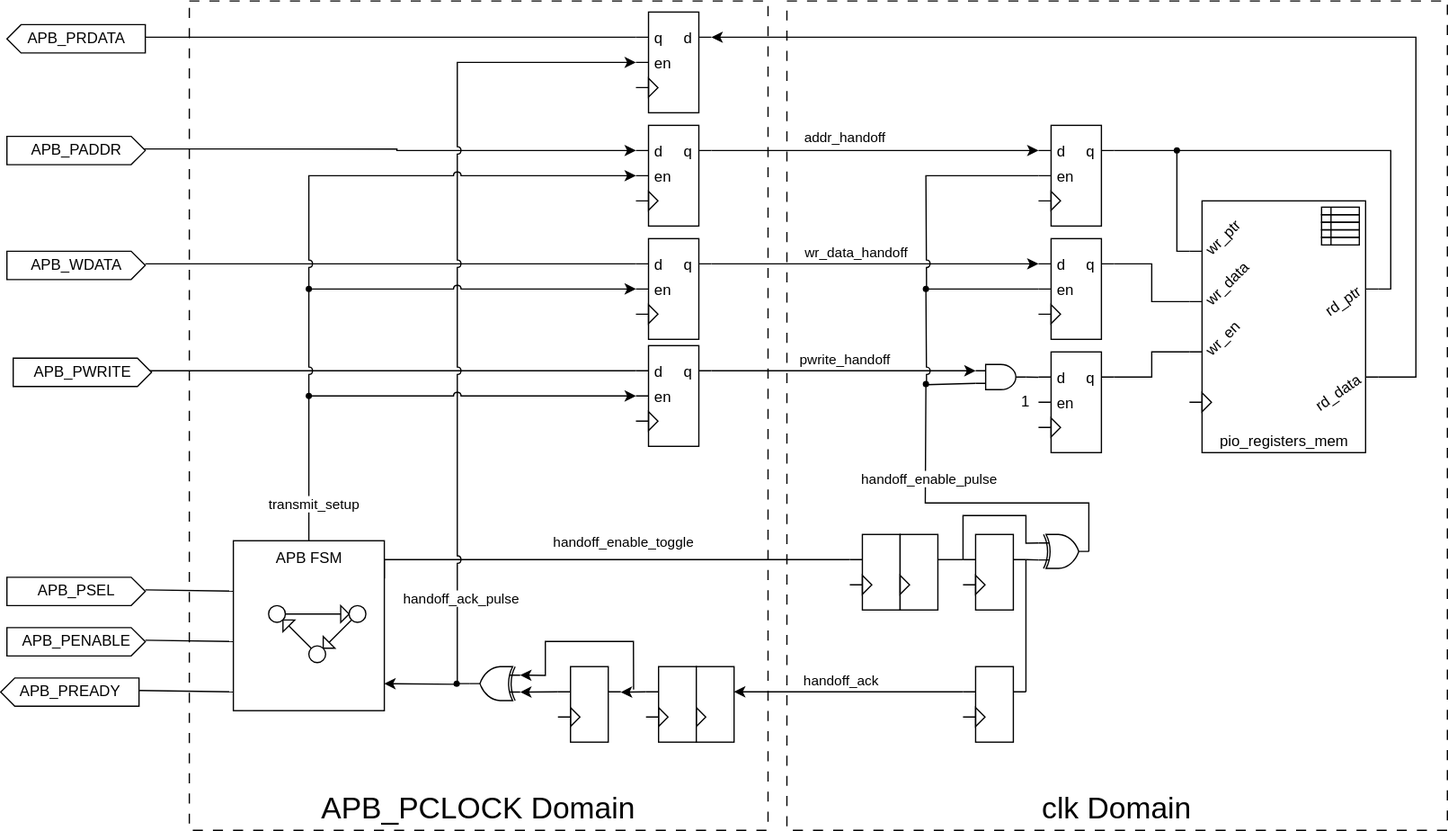
Before: PIO_proxy/pio_proxy.drawio.svg, a diagram exported from draw.io (CodyTinker/RTLExercises). Source tidied: cells renumbered, new cells last; positions are measured from the earlier drawing's top-left corner, leaving out a move shared by most shapes.
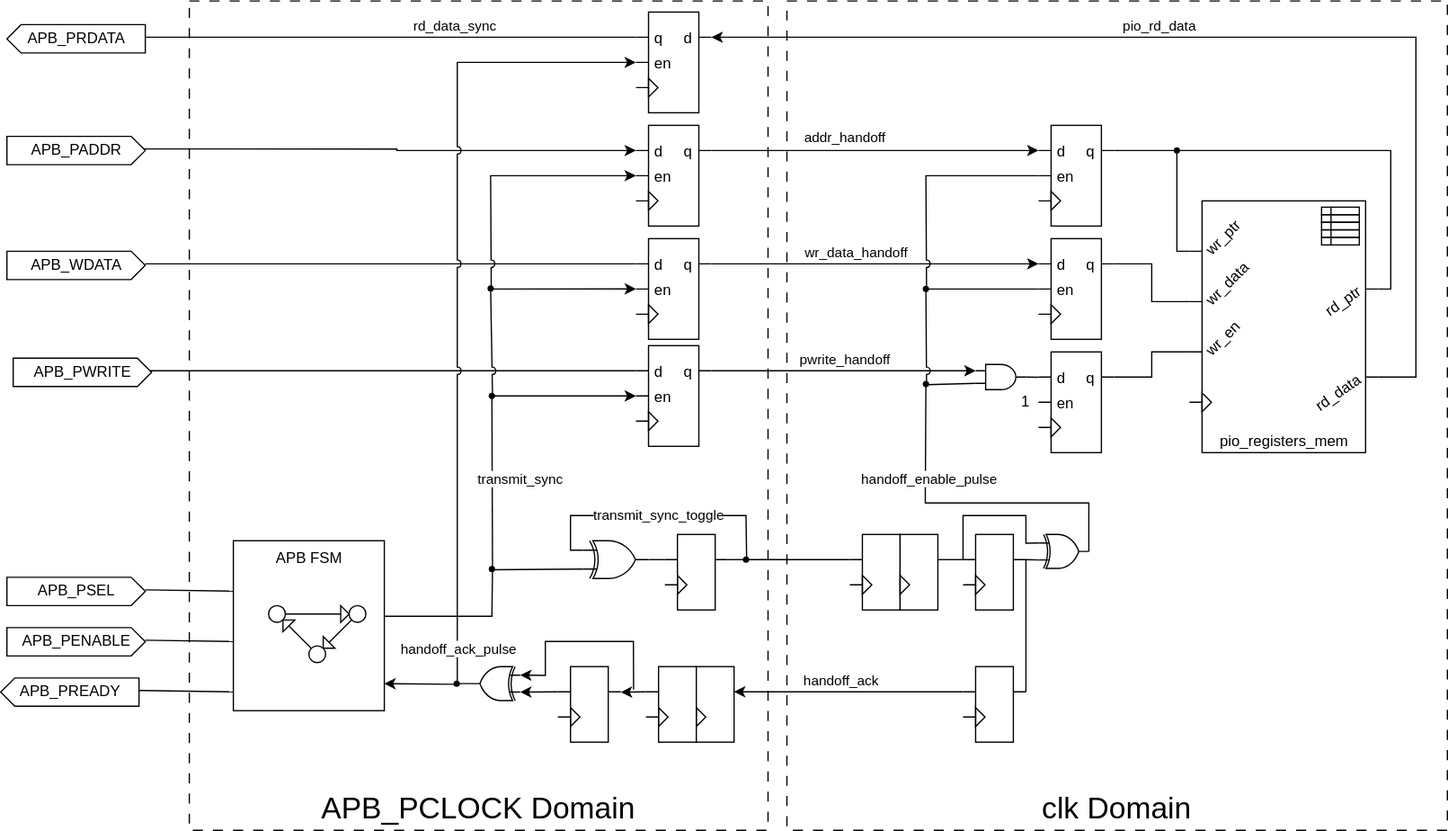
Above is the later version.

Commit message:
Updated block diagram and state machine for APB side of PIO_Proxy exercise. Adding code for APB side of PIO_Proxy exercise

Change to the diagram source:
```diff
@@ -16,6 +16,11 @@
         </Array>
       </mxGeometry>
     </mxCell>
+    <mxCell id="85" value="pio_rd_data" style="edgeLabel;html=1;align=center;verticalAlign=middle;" parent="4" vertex="1">
+      <mxGeometry x="0.21" y="-1" relative="1" as="geometry">
+        <mxPoint x="14" y="-9" as="offset" />
+      </mxGeometry>
+    </mxCell>
     <mxCell id="5" value="pio_registers_mem" style="externalPins=1;shadow=0;dashed=0;align=center;html=1;strokeWidth=1;shape=mxgraph.rtl.abstract.entity;kind=sequential;drawPins=1;left=wr_ptr%2Cwr_data%2Cwr_en%2C%20%3Aclk;right=rd_ptr%2C%20rd_data;bottom=0;top=0;pinSnap=10;type=ram;type_loc=topRight;leftArr=wr_ptr%2C%20wr_en;rightRot=145;direction=east;topRot=0;leftRot=315;portConstraint=none;labelPadding=0;overflow=visible;pinFontSize=12;strokeOpacity=100;portConstraintRotation=0;perimeter=rectanglePerimeter;fixDash=0;verticalAlign=bottom;horizontal=1;labelBorderColor=none;labelBackgroundColor=none;fontColor=default;fontStyle=0;" parent="1" vertex="1">
       <mxGeometry x="955" y="159" width="130" height="200" as="geometry" />
     </mxCell>
@@ -167,26 +172,14 @@
     <mxCell id="40" value="1" style="text;strokeColor=none;align=center;fillColor=none;html=1;verticalAlign=middle;whiteSpace=wrap;rounded=0;" parent="1" vertex="1">
       <mxGeometry x="805" y="306.5" width="20" height="25" as="geometry" />
     </mxCell>
-    <mxCell id="41" style="edgeStyle=orthogonalEdgeStyle;rounded=0;comic=0;jumpStyle=arc;html=1;exitX=0;exitY=0;exitDx=120;exitDy=30;exitPerimeter=0;entryX=0;entryY=0;entryDx=-10;entryDy=20;entryPerimeter=0;startArrow=none;startFill=0;endArrow=none;endFill=0;" parent="1" edge="1" source="45" target="17">
-      <mxGeometry relative="1" as="geometry">
-        <Array as="points">
-          <mxPoint x="305" y="444" />
-        </Array>
-      </mxGeometry>
-    </mxCell>
-    <mxCell id="42" value="handoff_enable_toggle" style="edgeLabel;html=1;align=center;verticalAlign=middle;" parent="41" vertex="1">
-      <mxGeometry x="-0.08" y="4" relative="1" as="geometry">
-        <mxPoint x="28" y="-11" as="offset" />
-      </mxGeometry>
-    </mxCell>
-    <mxCell id="43" style="edgeStyle=orthogonalEdgeStyle;rounded=0;comic=0;jumpStyle=arc;html=1;entryX=0;entryY=0;entryDx=0;entryDy=0;startArrow=none;startFill=0;endArrow=none;endFill=0;" parent="1" edge="1" source="45" target="75">
+    <mxCell id="43" style="edgeStyle=orthogonalEdgeStyle;rounded=0;comic=0;jumpStyle=arc;html=1;entryX=0;entryY=0;entryDx=0;entryDy=0;startArrow=none;startFill=0;endArrow=none;endFill=0;" parent="1" edge="1" source="93" target="75">
       <mxGeometry relative="1" as="geometry" />
     </mxCell>
-    <mxCell id="44" value="transmit_setup" style="edgeLabel;html=1;align=center;verticalAlign=middle;" parent="43" vertex="1">
-      <mxGeometry x="-0.12" y="-2" relative="1" as="geometry">
-        <mxPoint x="1" y="20" as="offset" />
-      </mxGeometry>
-    </mxCell>
+    <mxCell id="86" value="transmit_sync" style="edgeLabel;html=1;align=center;verticalAlign=middle;" parent="43" vertex="1">
+      <mxGeometry x="0.22" y="1" relative="1" as="geometry">
+        <mxPoint x="23" y="11" as="offset" />
+      </mxGeometry>
+    </mxCell>
     <mxCell id="45" value="APB FSM" style="externalPins=0;shadow=0;dashed=0;align=center;html=1;strokeWidth=1;shape=mxgraph.rtl.abstract.entity;kind=sequential;drawPins=0;left=3;right=3;bottom=0;top=0;type_loc=center;type=fsm;type_size=80;pinSnap=10;verticalAlign=top;gradientColor=none;" parent="1" vertex="1">
       <mxGeometry x="185" y="429" width="120" height="135" as="geometry" />
     </mxCell>
@@ -231,12 +224,17 @@
     </mxCell>
     <mxCell id="59" value="handoff_ack_pulse" style="edgeLabel;html=1;align=center;verticalAlign=middle;" parent="58" vertex="1">
       <mxGeometry x="0.73" y="2" relative="1" as="geometry">
-        <mxPoint y="9" as="offset" />
+        <mxPoint x="-2" y="49" as="offset" />
       </mxGeometry>
     </mxCell>
     <mxCell id="60" style="edgeStyle=orthogonalEdgeStyle;rounded=0;comic=0;jumpStyle=arc;html=1;exitX=0;exitY=0;exitDx=-10;exitDy=20;exitPerimeter=0;startArrow=none;startFill=0;endArrow=none;endFill=0;entryX=0;entryY=0;entryDx=110;entryDy=10;entryPerimeter=0;" parent="1" edge="1" source="61" target="70">
       <mxGeometry relative="1" as="geometry" />
     </mxCell>
+    <mxCell id="87" value="rd_data_sync" style="edgeLabel;html=1;align=center;verticalAlign=middle;" parent="60" vertex="1">
+      <mxGeometry x="-0.19" y="-2" relative="1" as="geometry">
+        <mxPoint x="13" y="-8" as="offset" />
+      </mxGeometry>
+    </mxCell>
     <mxCell id="61" style="externalPins=1;shadow=0;dashed=0;align=center;html=1;strokeWidth=1;shape=mxgraph.rtl.abstract.entity;left=q%2Cen%2C%3Aclk;right=d%2C%3Anp%2C%3Anp;top=0;bottom=0;drawPins=1;snapToPoint=1;labelBackgroundColor=none;labelBorderColor=none;fontColor=default;" parent="1" vertex="1">
       <mxGeometry x="515" y="9" width="40" height="80" as="geometry" />
     </mxCell>
@@ -282,13 +280,21 @@
       <mxGeometry x="360" y="540" width="5" height="5" as="geometry" />
     </mxCell>
     <mxCell id="73" style="edgeStyle=orthogonalEdgeStyle;rounded=0;comic=0;jumpStyle=arc;html=1;entryX=0;entryY=0;entryDx=-10;entryDy=40;entryPerimeter=0;startArrow=none;startFill=0;endArrow=classic;endFill=1;" parent="1" edge="1" source="75" target="37">
-      <mxGeometry relative="1" as="geometry" />
+      <mxGeometry relative="1" as="geometry">
+        <Array as="points">
+          <mxPoint x="454" y="314" />
+        </Array>
+      </mxGeometry>
     </mxCell>
     <mxCell id="74" style="edgeStyle=orthogonalEdgeStyle;rounded=0;comic=0;jumpStyle=arc;html=1;entryX=0;entryY=0;entryDx=0;entryDy=0;startArrow=none;startFill=0;endArrow=none;endFill=0;" parent="1" edge="1" source="75" target="78">
-      <mxGeometry relative="1" as="geometry" />
+      <mxGeometry relative="1" as="geometry">
+        <Array as="points">
+          <mxPoint x="391" y="229" />
+        </Array>
+      </mxGeometry>
     </mxCell>
     <mxCell id="75" style="externalPins=0;ellipse;whiteSpace=wrap;html=1;fillColor=#000000;strokeColor=none;noLabel=1;snapToPoint=1;perimeter=none;" parent="1" vertex="1">
-      <mxGeometry x="242.5" y="311.5" width="5" height="5" as="geometry" />
+      <mxGeometry x="388" y="311.5" width="5" height="5" as="geometry" />
     </mxCell>
     <mxCell id="76" style="edgeStyle=orthogonalEdgeStyle;rounded=0;comic=0;jumpStyle=arc;html=1;entryX=0;entryY=0;entryDx=-10;entryDy=40;entryPerimeter=0;startArrow=none;startFill=0;endArrow=classic;endFill=1;" parent="1" edge="1" source="78" target="34">
       <mxGeometry relative="1" as="geometry" />
@@ -296,13 +302,10 @@
     <mxCell id="77" style="edgeStyle=orthogonalEdgeStyle;rounded=0;comic=0;jumpStyle=arc;html=1;entryX=0;entryY=0;entryDx=-10;entryDy=40;entryPerimeter=0;startArrow=none;startFill=0;endArrow=classic;endFill=1;" parent="1" edge="1" source="78" target="31">
       <mxGeometry relative="1" as="geometry">
         <Array as="points">
-          <mxPoint x="245" y="139" />
+          <mxPoint x="390" y="139" />
         </Array>
       </mxGeometry>
     </mxCell>
-    <mxCell id="78" style="externalPins=0;ellipse;whiteSpace=wrap;html=1;fillColor=#000000;strokeColor=none;noLabel=1;snapToPoint=1;perimeter=none;" parent="1" vertex="1">
-      <mxGeometry x="242.5" y="226.5" width="5" height="5" as="geometry" />
-    </mxCell>
     <mxCell id="79" style="edgeStyle=orthogonalEdgeStyle;rounded=0;comic=0;jumpStyle=arc;html=1;entryX=0;entryY=0.75;entryDx=0;entryDy=0;entryPerimeter=0;startArrow=none;startFill=0;endArrow=none;endFill=0;" parent="1" edge="1" source="81" target="39">
       <mxGeometry relative="1" as="geometry" />
     </mxCell>
@@ -325,5 +328,61 @@
     <mxCell id="84" style="externalPins=0;ellipse;whiteSpace=wrap;html=1;fillColor=#000000;strokeColor=none;noLabel=1;snapToPoint=1;perimeter=none;" parent="1" vertex="1">
       <mxGeometry x="733" y="226.5" width="5" height="5" as="geometry" />
     </mxCell>
+    <mxCell id="88" style="edgeStyle=orthogonalEdgeStyle;rounded=0;comic=0;jumpStyle=arc;html=1;entryDx=-10;entryDy=40;entryPerimeter=0;startArrow=none;startFill=0;endArrow=none;endFill=1;" parent="1" edge="1" target="78">
+      <mxGeometry relative="1" as="geometry">
+        <mxPoint x="390" y="229" as="sourcePoint" />
+        <Array as="points">
+          <mxPoint x="390" y="229" />
+        </Array>
+      </mxGeometry>
+    </mxCell>
+    <mxCell id="78" style="externalPins=0;ellipse;whiteSpace=wrap;html=1;fillColor=#000000;strokeColor=none;noLabel=1;snapToPoint=1;perimeter=none;" parent="1" vertex="1">
+      <mxGeometry x="387" y="226" width="5" height="5" as="geometry" />
+    </mxCell>
+    <mxCell id="89" style="edgeStyle=orthogonalEdgeStyle;rounded=0;html=1;exitX=1;exitY=0.5;exitDx=0;exitDy=0;exitPerimeter=0;entryX=0;entryY=0;entryDx=-10;entryDy=20;entryPerimeter=0;endArrow=none;endFill=0;" parent="1" edge="1" source="90" target="95">
+      <mxGeometry relative="1" as="geometry" />
+    </mxCell>
+    <mxCell id="90" style="verticalLabelPosition=bottom;shadow=0;dashed=0;align=center;html=1;verticalAlign=top;shape=mxgraph.electrical.logic_gates.logic_gate;operation=xor;" parent="1" vertex="1">
+      <mxGeometry x="463" y="429" width="52" height="30" as="geometry" />
+    </mxCell>
+    <mxCell id="91" style="edgeStyle=orthogonalEdgeStyle;rounded=0;html=1;entryX=0;entryY=0.75;entryDx=0;entryDy=0;entryPerimeter=0;endArrow=none;endFill=0;" parent="1" edge="1" source="93" target="90">
+      <mxGeometry relative="1" as="geometry" />
+    </mxCell>
+    <mxCell id="92" style="edgeStyle=orthogonalEdgeStyle;rounded=0;html=1;entryX=0;entryY=0;entryDx=120;entryDy=60;entryPerimeter=0;endArrow=none;endFill=0;" parent="1" edge="1" source="93" target="45">
+      <mxGeometry relative="1" as="geometry">
+        <Array as="points">
+          <mxPoint x="391" y="489" />
+        </Array>
+      </mxGeometry>
+    </mxCell>
+    <mxCell id="93" style="externalPins=0;ellipse;whiteSpace=wrap;html=1;fillColor=#000000;strokeColor=none;noLabel=1;snapToPoint=1;perimeter=none;comic=0;portConstraint=none;direction=east;shadow=0;strokeWidth=1;perimeterSpacing=0;horizontal=1;verticalAlign=middle;" parent="1" vertex="1">
+      <mxGeometry x="388" y="449" width="5" height="5" as="geometry" />
+    </mxCell>
+    <mxCell id="94" style="edgeStyle=orthogonalEdgeStyle;rounded=0;html=1;exitX=0;exitY=0;exitDx=40;exitDy=20;exitPerimeter=0;entryX=0.206;entryY=0.444;entryDx=0;entryDy=0;entryPerimeter=0;endArrow=none;endFill=0;" parent="1" edge="1" source="95" target="99">
+      <mxGeometry relative="1" as="geometry" />
+    </mxCell>
+    <mxCell id="95" style="externalPins=1;shadow=0;dashed=0;align=center;html=1;strokeWidth=1;shape=mxgraph.rtl.abstract.entity;left=,:clk;right=,:np;top=0;bottom=0;drawPins=1;snapToPoint=1;labelBackgroundColor=none;labelBorderColor=none;fontColor=default;" parent="1" vertex="1">
+      <mxGeometry x="538" y="424" width="30" height="60" as="geometry" />
+    </mxCell>
+    <mxCell id="96" style="edgeStyle=orthogonalEdgeStyle;rounded=0;html=1;entryX=0;entryY=0.25;entryDx=0;entryDy=0;entryPerimeter=0;endArrow=none;endFill=0;" parent="1" edge="1" source="99" target="90">
+      <mxGeometry relative="1" as="geometry">
+        <Array as="points">
+          <mxPoint x="593" y="409" />
+          <mxPoint x="453" y="409" />
+          <mxPoint x="453" y="437" />
+        </Array>
+      </mxGeometry>
+    </mxCell>
+    <mxCell id="97" value="transmit_sync_toggle" style="edgeLabel;html=1;align=center;verticalAlign=middle;" parent="96" vertex="1">
+      <mxGeometry x="-0.15" y="-1" relative="1" as="geometry">
+        <mxPoint x="-15" as="offset" />
+      </mxGeometry>
+    </mxCell>
+    <mxCell id="98" style="edgeStyle=orthogonalEdgeStyle;rounded=0;html=1;entryX=0;entryY=0;entryDx=-10;entryDy=20;entryPerimeter=0;endArrow=none;endFill=0;" parent="1" edge="1" source="99" target="17">
+      <mxGeometry relative="1" as="geometry" />
+    </mxCell>
+    <mxCell id="99" style="externalPins=0;ellipse;whiteSpace=wrap;html=1;fillColor=#000000;strokeColor=none;noLabel=1;snapToPoint=1;perimeter=none;" parent="1" vertex="1">
+      <mxGeometry x="590" y="441.5" width="5" height="5" as="geometry" />
+    </mxCell>
   </root>
 </mxGraphModel>
```
